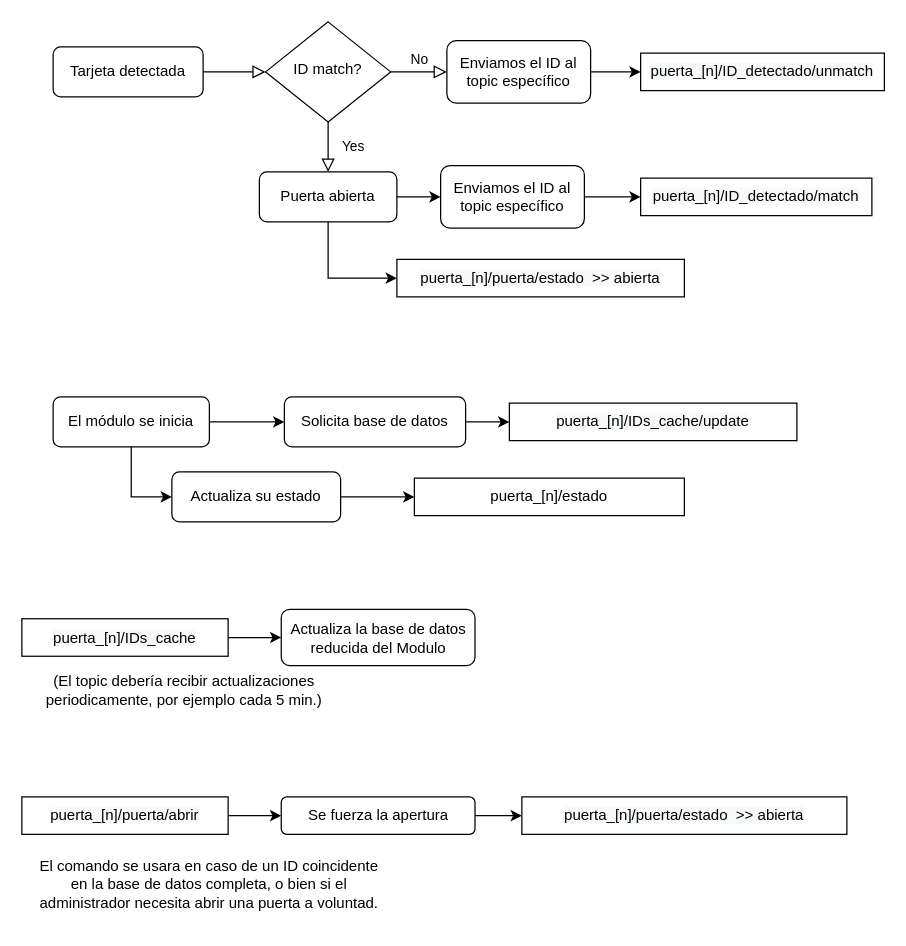
Above: Proyecto Slapakab/Diagramas de Flujo/flujo dataBase-doorModule.drawio in fer5899/InformaticaIndustrial2122 (draw.io), before the change. Source tidied: cells renumbered, new cells numbered last; positions are measured from the earlier drawing's top-left corner, leaving out a move shared by most shapes. Both pictures are drawn from the tidied source at 125%, with x=0, y=0 at pixel (21, 21).
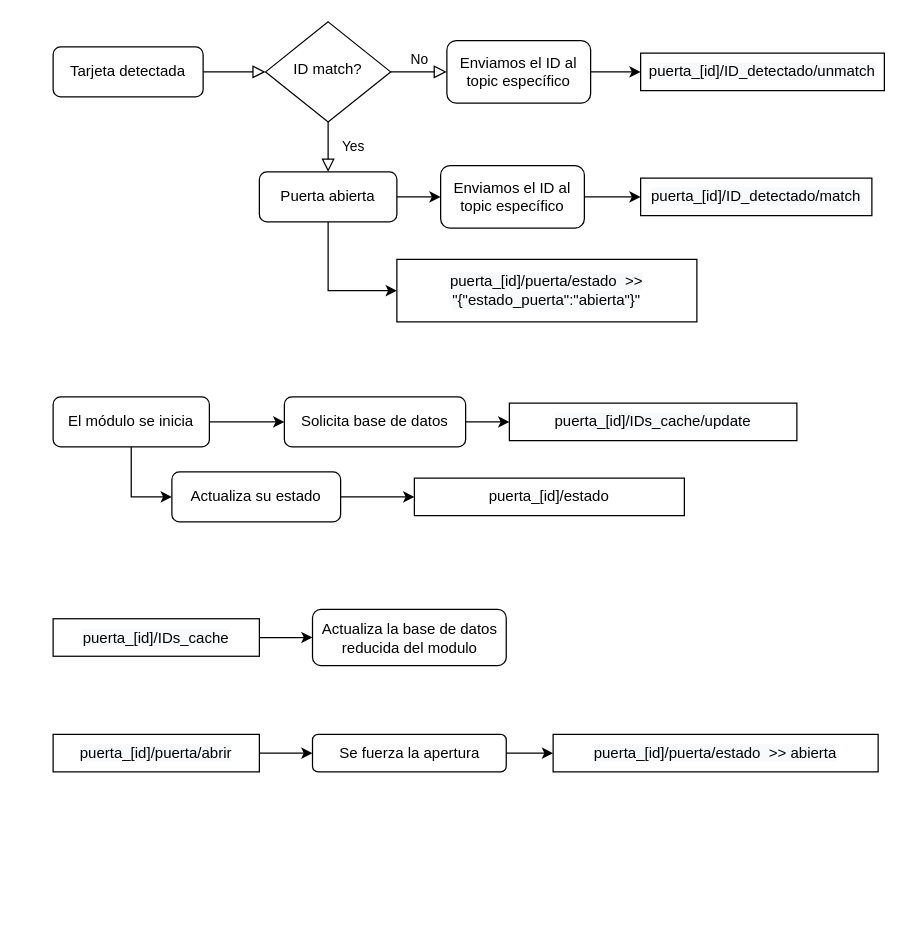
Above is the later version.

Diff of the diagram source:
```diff
@@
-    <mxCell id="14" value="&lt;span style=&quot;color: rgb(0 , 0 , 0) ; font-family: &amp;#34;helvetica&amp;#34; ; font-size: 12px ; font-style: normal ; font-weight: 400 ; letter-spacing: normal ; text-align: center ; text-indent: 0px ; text-transform: none ; word-spacing: 0px ; background-color: rgb(248 , 249 , 250) ; display: inline ; float: none&quot;&gt;puerta_[n]/ID_detectado/match&lt;/span&gt;" style="rounded=0;whiteSpace=wrap;html=1;" parent="1" vertex="1">
+    <mxCell id="14" value="&lt;span style=&quot;color: rgb(0 , 0 , 0) ; font-family: &amp;#34;helvetica&amp;#34; ; font-size: 12px ; font-style: normal ; font-weight: 400 ; letter-spacing: normal ; text-align: center ; text-indent: 0px ; text-transform: none ; word-spacing: 0px ; background-color: rgb(248 , 249 , 250) ; display: inline ; float: none&quot;&gt;puerta_[id]/ID_detectado/match&lt;/span&gt;" style="rounded=0;whiteSpace=wrap;html=1;" parent="1" vertex="1">
       <mxGeometry x="495" y="125" width="185" height="30" as="geometry" />
     </mxCell>
-    <mxCell id="15" value="&lt;span style=&quot;color: rgb(0 , 0 , 0) ; font-family: &amp;#34;helvetica&amp;#34; ; font-size: 12px ; font-style: normal ; font-weight: 400 ; letter-spacing: normal ; text-align: center ; text-indent: 0px ; text-transform: none ; word-spacing: 0px ; background-color: rgb(248 , 249 , 250) ; display: inline ; float: none&quot;&gt;puerta_[n]/ID_detectado/unmatch&lt;/span&gt;" style="rounded=0;whiteSpace=wrap;html=1;" parent="1" vertex="1">
+    <mxCell id="15" value="&lt;span style=&quot;color: rgb(0 , 0 , 0) ; font-family: &amp;#34;helvetica&amp;#34; ; font-size: 12px ; font-style: normal ; font-weight: 400 ; letter-spacing: normal ; text-align: center ; text-indent: 0px ; text-transform: none ; word-spacing: 0px ; background-color: rgb(248 , 249 , 250) ; display: inline ; float: none&quot;&gt;puerta_[id]/ID_detectado/unmatch&lt;/span&gt;" style="rounded=0;whiteSpace=wrap;html=1;" parent="1" vertex="1">
       <mxGeometry x="495" y="25" width="195" height="30" as="geometry" />
     </mxCell>
@@
-    <mxCell id="17" value="&lt;span style=&quot;color: rgb(0 , 0 , 0) ; font-family: &amp;#34;helvetica&amp;#34; ; font-size: 12px ; font-style: normal ; font-weight: 400 ; letter-spacing: normal ; text-align: center ; text-indent: 0px ; text-transform: none ; word-spacing: 0px ; background-color: rgb(248 , 249 , 250) ; display: inline ; float: none&quot;&gt;puerta_[n]/IDs_cache&lt;/span&gt;" style="rounded=0;whiteSpace=wrap;html=1;" parent="1" vertex="1">
-      <mxGeometry y="477.5" width="165" height="30" as="geometry" />
+    <mxCell id="17" value="&lt;span style=&quot;color: rgb(0 , 0 , 0) ; font-family: &amp;#34;helvetica&amp;#34; ; font-size: 12px ; font-style: normal ; font-weight: 400 ; letter-spacing: normal ; text-align: center ; text-indent: 0px ; text-transform: none ; word-spacing: 0px ; background-color: rgb(248 , 249 , 250) ; display: inline ; float: none&quot;&gt;puerta_[id]/IDs_cache&lt;/span&gt;" style="rounded=0;whiteSpace=wrap;html=1;" parent="1" vertex="1">
+      <mxGeometry x="25" y="477.5" width="165" height="30" as="geometry" />
     </mxCell>
-    <mxCell id="18" value="Actualiza la base de datos reducida del Modulo" style="rounded=1;whiteSpace=wrap;html=1;" parent="1" vertex="1">
-      <mxGeometry x="207.5" y="470" width="155" height="45" as="geometry" />
+    <mxCell id="18" value="Actualiza la base de datos reducida del modulo" style="rounded=1;whiteSpace=wrap;html=1;" parent="1" vertex="1">
+      <mxGeometry x="232.5" y="470" width="155" height="45" as="geometry" />
     </mxCell>
-    <mxCell id="19" value="(El topic debería recibir actualizaciones periodicamente, por ejemplo cada 5 min.)" style="text;html=1;strokeColor=none;fillColor=none;align=center;verticalAlign=middle;whiteSpace=wrap;rounded=0;" parent="1" vertex="1">
-      <mxGeometry x="10" y="515" width="240" height="40" as="geometry" />
-    </mxCell>
@@
-    <mxCell id="23" value="&lt;span style=&quot;color: rgb(0 , 0 , 0) ; font-family: &amp;#34;helvetica&amp;#34; ; font-size: 12px ; font-style: normal ; font-weight: 400 ; letter-spacing: normal ; text-align: center ; text-indent: 0px ; text-transform: none ; word-spacing: 0px ; background-color: rgb(248 , 249 , 250) ; display: inline ; float: none&quot;&gt;puerta_[n]/IDs_cache/update&lt;/span&gt;" style="rounded=0;whiteSpace=wrap;html=1;" parent="1" vertex="1">
+    <mxCell id="23" value="&lt;span style=&quot;color: rgb(0 , 0 , 0) ; font-family: &amp;#34;helvetica&amp;#34; ; font-size: 12px ; font-style: normal ; font-weight: 400 ; letter-spacing: normal ; text-align: center ; text-indent: 0px ; text-transform: none ; word-spacing: 0px ; background-color: rgb(248 , 249 , 250) ; display: inline ; float: none&quot;&gt;puerta_[id]/IDs_cache/update&lt;/span&gt;" style="rounded=0;whiteSpace=wrap;html=1;" parent="1" vertex="1">
       <mxGeometry x="390" y="305" width="230" height="30" as="geometry" />
     </mxCell>
@@
-    <mxCell id="27" value="&lt;span style=&quot;color: rgb(0 , 0 , 0) ; font-family: &amp;#34;helvetica&amp;#34; ; font-size: 12px ; font-style: normal ; font-weight: 400 ; letter-spacing: normal ; text-align: center ; text-indent: 0px ; text-transform: none ; word-spacing: 0px ; background-color: rgb(248 , 249 , 250) ; display: inline ; float: none&quot;&gt;puerta_[n]/puerta/abrir&lt;/span&gt;" style="rounded=0;whiteSpace=wrap;html=1;" parent="1" vertex="1">
-      <mxGeometry y="620" width="165" height="30" as="geometry" />
+    <mxCell id="27" value="&lt;span style=&quot;color: rgb(0 , 0 , 0) ; font-family: &amp;#34;helvetica&amp;#34; ; font-size: 12px ; font-style: normal ; font-weight: 400 ; letter-spacing: normal ; text-align: center ; text-indent: 0px ; text-transform: none ; word-spacing: 0px ; background-color: rgb(248 , 249 , 250) ; display: inline ; float: none&quot;&gt;puerta_[id]/puerta/abrir&lt;/span&gt;" style="rounded=0;whiteSpace=wrap;html=1;" parent="1" vertex="1">
+      <mxGeometry x="25" y="570" width="165" height="30" as="geometry" />
     </mxCell>
@@
     <mxCell id="29" value="Se fuerza la apertura" style="rounded=1;whiteSpace=wrap;html=1;" parent="1" vertex="1">
-      <mxGeometry x="207.5" y="620" width="155" height="30" as="geometry" />
+      <mxGeometry x="232.5" y="570" width="155" height="30" as="geometry" />
     </mxCell>
-    <mxCell id="30" value="El comando se usara en caso de un ID coincidente en la base de datos completa, o bien si el administrador necesita abrir una puerta a voluntad." style="text;html=1;strokeColor=none;fillColor=none;align=center;verticalAlign=middle;whiteSpace=wrap;rounded=0;" parent="1" vertex="1">
-      <mxGeometry x="10" y="657.5" width="280" height="65" as="geometry" />
-    </mxCell>
-    <mxCell id="31" value="&lt;span style=&quot;color: rgb(0 , 0 , 0) ; font-family: &amp;#34;helvetica&amp;#34; ; font-size: 12px ; font-style: normal ; font-weight: 400 ; letter-spacing: normal ; text-align: center ; text-indent: 0px ; text-transform: none ; word-spacing: 0px ; background-color: rgb(248 , 249 , 250) ; display: inline ; float: none&quot;&gt;puerta_[n]/puerta/estado&amp;nbsp; &amp;gt;&amp;gt; abierta&lt;br&gt;&lt;/span&gt;" style="rounded=0;whiteSpace=wrap;html=1;" parent="1" vertex="1">
-      <mxGeometry x="300" y="190" width="230" height="30" as="geometry" />
+    <mxCell id="31" value="&lt;span style=&quot;color: rgb(0 , 0 , 0) ; font-weight: 400 ; letter-spacing: normal ; text-align: center ; text-indent: 0px ; text-transform: none ; word-spacing: 0px ; background-color: rgb(248 , 249 , 250) ; display: inline ; float: none&quot;&gt;&lt;font style=&quot;font-size: 12px&quot;&gt;puerta_[id]/puerta/estado&amp;nbsp; &amp;gt;&amp;gt;&lt;br&gt;&lt;i style=&quot;font-style: normal&quot;&gt;&lt;span lang=&quot;ES&quot; style=&quot;line-height: 107%&quot;&gt;&quot;{&quot;estado_puerta&quot;:&quot;abierta&quot;}&quot;&lt;/span&gt;&lt;/i&gt;&lt;/font&gt;&lt;br&gt;&lt;/span&gt;" style="rounded=0;whiteSpace=wrap;html=1;" parent="1" vertex="1">
+      <mxGeometry x="300" y="190" width="240" height="50" as="geometry" />
     </mxCell>
-    <mxCell id="32" value="&lt;span style=&quot;color: rgb(0 , 0 , 0) ; font-family: &amp;#34;helvetica&amp;#34; ; font-size: 12px ; font-style: normal ; font-weight: 400 ; letter-spacing: normal ; text-align: center ; text-indent: 0px ; text-transform: none ; word-spacing: 0px ; background-color: rgb(248 , 249 , 250) ; display: inline ; float: none&quot;&gt;puerta_[n]/puerta/estado&amp;nbsp; &amp;gt;&amp;gt; abierta&lt;br&gt;&lt;/span&gt;" style="rounded=0;whiteSpace=wrap;html=1;" parent="1" vertex="1">
-      <mxGeometry x="400" y="620" width="260" height="30" as="geometry" />
+    <mxCell id="32" value="&lt;span style=&quot;color: rgb(0 , 0 , 0) ; font-family: &amp;#34;helvetica&amp;#34; ; font-size: 12px ; font-style: normal ; font-weight: 400 ; letter-spacing: normal ; text-align: center ; text-indent: 0px ; text-transform: none ; word-spacing: 0px ; background-color: rgb(248 , 249 , 250) ; display: inline ; float: none&quot;&gt;puerta_[id]/puerta/estado&amp;nbsp; &amp;gt;&amp;gt; abierta&lt;br&gt;&lt;/span&gt;" style="rounded=0;whiteSpace=wrap;html=1;" parent="1" vertex="1">
+      <mxGeometry x="425" y="570" width="260" height="30" as="geometry" />
     </mxCell>
@@
-    <mxCell id="35" value="&lt;span style=&quot;font-family: &amp;#34;helvetica&amp;#34;&quot;&gt;puerta_[n]&lt;/span&gt;&lt;font face=&quot;helvetica&quot;&gt;/estado&lt;/font&gt;" style="rounded=0;whiteSpace=wrap;html=1;" parent="1" vertex="1">
+    <mxCell id="35" value="&lt;span style=&quot;font-family: &amp;#34;helvetica&amp;#34;&quot;&gt;puerta_[&lt;/span&gt;&lt;span style=&quot;font-family: &amp;#34;helvetica&amp;#34;&quot;&gt;id&lt;/span&gt;&lt;span style=&quot;font-family: &amp;#34;helvetica&amp;#34;&quot;&gt;]&lt;/span&gt;&lt;font face=&quot;helvetica&quot;&gt;/estado&lt;/font&gt;" style="rounded=0;whiteSpace=wrap;html=1;" parent="1" vertex="1">
       <mxGeometry x="314" y="365" width="216" height="30" as="geometry" />
     </mxCell>
```
